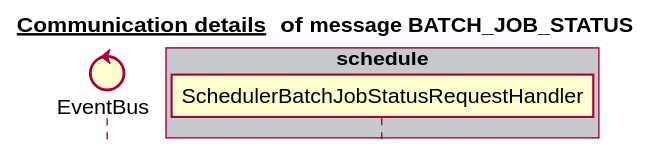
Before: docs/latest/images/gen_domain_messaging_batch_job_status.svg, a diagram exported from PlantUML (mercedes-benz/sechub).
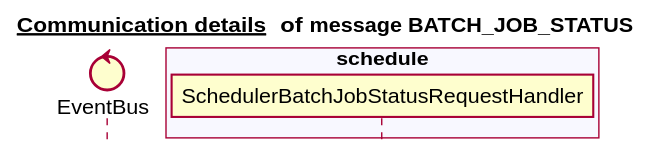
After the commit.

What changed in the source:
```diff
@@ -6,16 +6,16 @@
 
 
 control EventBus
-box "scan" #C8C8CF
+box "notification" #C8C8CF
 end box
 box "authorization" #F8F8FF
 end box
 box "administration" #C8C8CF
 end box
-box "notification" #F8F8FF
+box "schedule" #F8F8FF
+   participant SchedulerBatchJobStatusRequestHandler
 end box
-box "schedule" #C8C8CF
-   participant SchedulerBatchJobStatusRequestHandler
+box "scan" #C8C8CF
 end box
 
 
```
